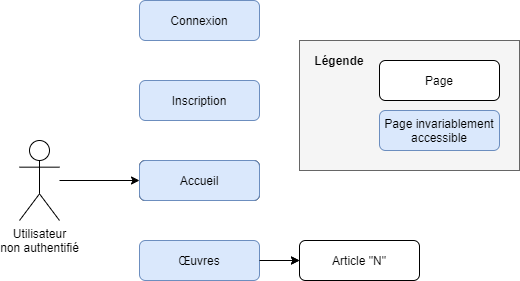
TPI-Samuel-Meyer/BloomComics keeps this draw.io diagram as Documentation/édition/images/Cas d'utilisation - Utilisateur non authentifié.png. Above is the earlier version. Source tidied: cells renumbered, new cells last; positions are measured from the earlier drawing's top-left corner, leaving out a move shared by most shapes.
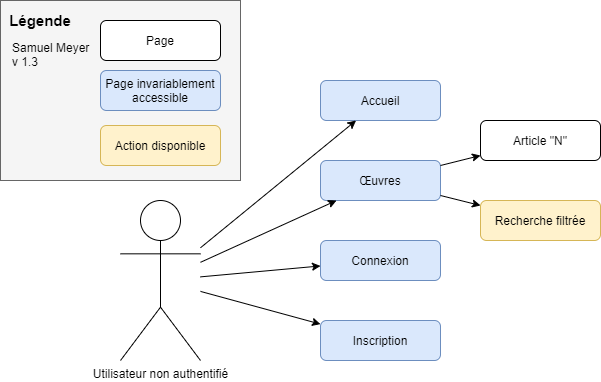
Above is the later version.

What changed in the source:
```diff
@@ -2,50 +2,65 @@
   <root>
     <mxCell id="0" />
     <mxCell id="1" parent="0" />
-    <mxCell id="2" value="Accueil" style="rounded=1;whiteSpace=wrap;html=1;" parent="1" vertex="1">
-      <mxGeometry x="120" y="160" width="120" height="40" as="geometry" />
-    </mxCell>
-    <mxCell id="3" value="Connexion" style="rounded=1;whiteSpace=wrap;html=1;fillColor=#dae8fc;strokeColor=#6c8ebf;" parent="1" vertex="1">
-      <mxGeometry x="120" width="120" height="40" as="geometry" />
-    </mxCell>
-    <mxCell id="4" value="Inscription" style="rounded=1;whiteSpace=wrap;html=1;fillColor=#dae8fc;strokeColor=#6c8ebf;" parent="1" vertex="1">
-      <mxGeometry x="120" y="80" width="120" height="40" as="geometry" />
-    </mxCell>
-    <mxCell id="5" style="edgeStyle=orthogonalEdgeStyle;rounded=0;jettySize=auto;html=1;" parent="1" edge="1" source="6" target="7">
-      <mxGeometry relative="1" as="geometry" />
-    </mxCell>
+    <mxCell id="9" value="Accueil" style="rounded=1;whiteSpace=wrap;html=1;fillColor=#dae8fc;strokeColor=#6c8ebf;" parent="1" vertex="1">
+      <mxGeometry y="40" width="120" height="40" as="geometry" />
+    </mxCell>
     <mxCell id="6" value="Œuvres" style="rounded=1;whiteSpace=wrap;html=1;fillColor=#dae8fc;strokeColor=#6c8ebf;" parent="1" vertex="1">
-      <mxGeometry x="120" y="240" width="120" height="40" as="geometry" />
+      <mxGeometry y="120" width="120" height="40" as="geometry" />
     </mxCell>
     <mxCell id="7" value="Article &quot;N&quot;" style="rounded=1;whiteSpace=wrap;html=1;" parent="1" vertex="1">
-      <mxGeometry x="280" y="240" width="120" height="40" as="geometry" />
+      <mxGeometry x="160" y="80" width="120" height="40" as="geometry" />
     </mxCell>
-    <mxCell id="8" style="endArrow=classic;html=1;" parent="1" edge="1" source="6" target="7">
-      <mxGeometry relative="1" as="geometry" />
-    </mxCell>
-    <mxCell id="9" value="Accueil" style="rounded=1;whiteSpace=wrap;html=1;fillColor=#dae8fc;strokeColor=#6c8ebf;" parent="1" vertex="1">
-      <mxGeometry x="120" y="160" width="120" height="40" as="geometry" />
-    </mxCell>
-    <mxCell id="10" style="group;" parent="1" vertex="1">
-      <mxGeometry x="280" y="40" width="220" height="130" as="geometry" />
-    </mxCell>
-    <mxCell id="11" style="rounded=0;whiteSpace=wrap;html=1;fillColor=#f5f5f5;strokeColor=#666666;fontColor=#333333;" parent="10" vertex="1">
-      <mxGeometry width="220" height="130" as="geometry" />
-    </mxCell>
+    <mxCell id="3" value="Connexion" style="rounded=1;whiteSpace=wrap;html=1;fillColor=#dae8fc;strokeColor=#6c8ebf;" parent="1" vertex="1">
+      <mxGeometry y="200" width="120" height="40" as="geometry" />
+    </mxCell>
+    <mxCell id="17" style="endArrow=classic;html=1;" parent="1" edge="1" source="6" target="7">
+      <mxGeometry relative="1" as="geometry" />
+    </mxCell>
+    <mxCell id="18" style="group;" parent="1" vertex="1">
+      <mxGeometry x="-300" y="-40" width="220" height="300" as="geometry" />
+    </mxCell>
+    <mxCell id="19" style="rounded=0;whiteSpace=wrap;html=1;fillColor=#f5f5f5;strokeColor=#666666;fontColor=#333333;" parent="18" vertex="1">
+      <mxGeometry x="-20" width="240" height="180" as="geometry" />
+    </mxCell>
+    <mxCell id="14" value="Page invariablement accessible" style="rounded=1;whiteSpace=wrap;html=1;fillColor=#dae8fc;strokeColor=#6c8ebf;" parent="18" vertex="1">
+      <mxGeometry x="80" y="70" width="120" height="40" as="geometry" />
+    </mxCell>
-    <mxCell id="12" value="Légende" style="text;html=1;strokeColor=none;fillColor=none;align=center;verticalAlign=middle;whiteSpace=wrap;rounded=0;fontStyle=1;" parent="10" vertex="1">
-      <mxGeometry y="10" width="80" height="20" as="geometry" />
+    <mxCell id="12" value="Légende" style="text;html=1;strokeColor=none;fillColor=none;align=center;verticalAlign=middle;whiteSpace=wrap;rounded=0;fontStyle=1;fontSize=15;" parent="18" vertex="1">
+      <mxGeometry x="-20" y="10" width="80" height="20" as="geometry" />
     </mxCell>
-    <mxCell id="13" value="Page" style="rounded=1;whiteSpace=wrap;html=1;" parent="10" vertex="1">
+    <mxCell id="13" value="Page" style="rounded=1;whiteSpace=wrap;html=1;" parent="18" vertex="1">
       <mxGeometry x="80" y="20" width="120" height="40" as="geometry" />
     </mxCell>
-    <mxCell id="14" value="Page invariablement accessible" style="rounded=1;whiteSpace=wrap;html=1;fillColor=#dae8fc;strokeColor=#6c8ebf;" parent="10" vertex="1">
-      <mxGeometry x="80" y="70" width="120" height="40" as="geometry" />
-    </mxCell>
+    <mxCell id="20" value="Samuel Meyer&lt;br&gt;v 1.3" style="text;html=1;strokeColor=none;fillColor=none;align=left;verticalAlign=middle;whiteSpace=wrap;rounded=0;" parent="18" vertex="1">
+      <mxGeometry x="-10" y="30" width="110" height="48" as="geometry" />
+    </mxCell>
+    <mxCell id="21" value="Action disponible" style="rounded=1;whiteSpace=wrap;html=1;fillColor=#fff2cc;strokeColor=#d6b656;" parent="18" vertex="1">
+      <mxGeometry x="80" y="125" width="120" height="40" as="geometry" />
+    </mxCell>
+    <mxCell id="22" style="endArrow=classic;html=1;" parent="1" edge="1" source="6" target="23">
+      <mxGeometry relative="1" as="geometry" />
+    </mxCell>
+    <mxCell id="4" value="Inscription" style="rounded=1;whiteSpace=wrap;html=1;fillColor=#dae8fc;strokeColor=#6c8ebf;" parent="1" vertex="1">
+      <mxGeometry y="280" width="120" height="40" as="geometry" />
+    </mxCell>
+    <mxCell id="23" value="Recherche filtrée" style="rounded=1;whiteSpace=wrap;html=1;fillColor=#fff2cc;strokeColor=#d6b656;" parent="1" vertex="1">
+      <mxGeometry x="160" y="160" width="120" height="40" as="geometry" />
+    </mxCell>
-    <mxCell id="15" value="Utilisateur&lt;br&gt;non authentifié" style="shape=umlActor;verticalLabelPosition=bottom;labelBackgroundColor=#ffffff;verticalAlign=top;html=1;" parent="1" vertex="1">
-      <mxGeometry y="140" width="40" height="80" as="geometry" />
+    <mxCell id="15" value="Utilisateur non authentifié" style="shape=umlActor;verticalLabelPosition=bottom;labelBackgroundColor=#ffffff;verticalAlign=top;html=1;outlineConnect=0;" parent="1" vertex="1">
+      <mxGeometry x="-200" y="160" width="80" height="160" as="geometry" />
     </mxCell>
-    <mxCell id="16" style="edgeStyle=orthogonalEdgeStyle;rounded=0;jettySize=auto;html=1;" parent="1" edge="1" source="15" target="9">
+    <mxCell id="16" style="endArrow=classic;html=1;" parent="1" edge="1" source="15" target="9">
       <mxGeometry relative="1" as="geometry" />
     </mxCell>
+    <mxCell id="24" style="endArrow=classic;html=1;" parent="1" edge="1" source="15" target="6">
+      <mxGeometry relative="1" as="geometry" />
+    </mxCell>
+    <mxCell id="25" style="endArrow=classic;html=1;" parent="1" edge="1" source="15" target="3">
+      <mxGeometry relative="1" as="geometry" />
+    </mxCell>
+    <mxCell id="26" style="endArrow=classic;html=1;" parent="1" edge="1" source="15" target="4">
+      <mxGeometry relative="1" as="geometry" />
+    </mxCell>
   </root>
 </mxGraphModel>
```
